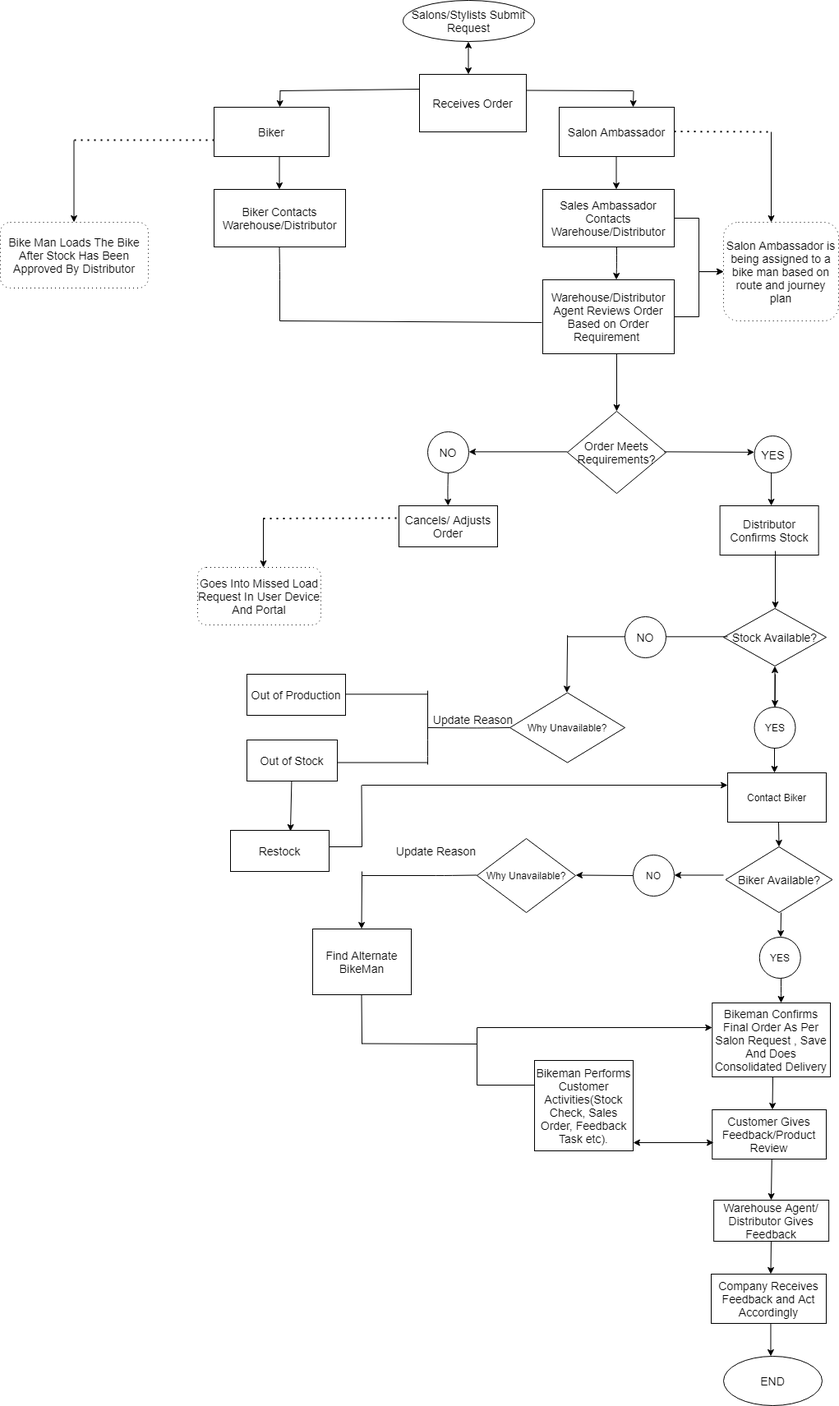
Above: Untitled Diagram2.png in Meiyoure/ddl_internship_quiz (draw.io), before the change. Source tidied: cells renumbered, new cells last; positions are measured from the earlier drawing's top-left corner, leaving out a move shared by most shapes.
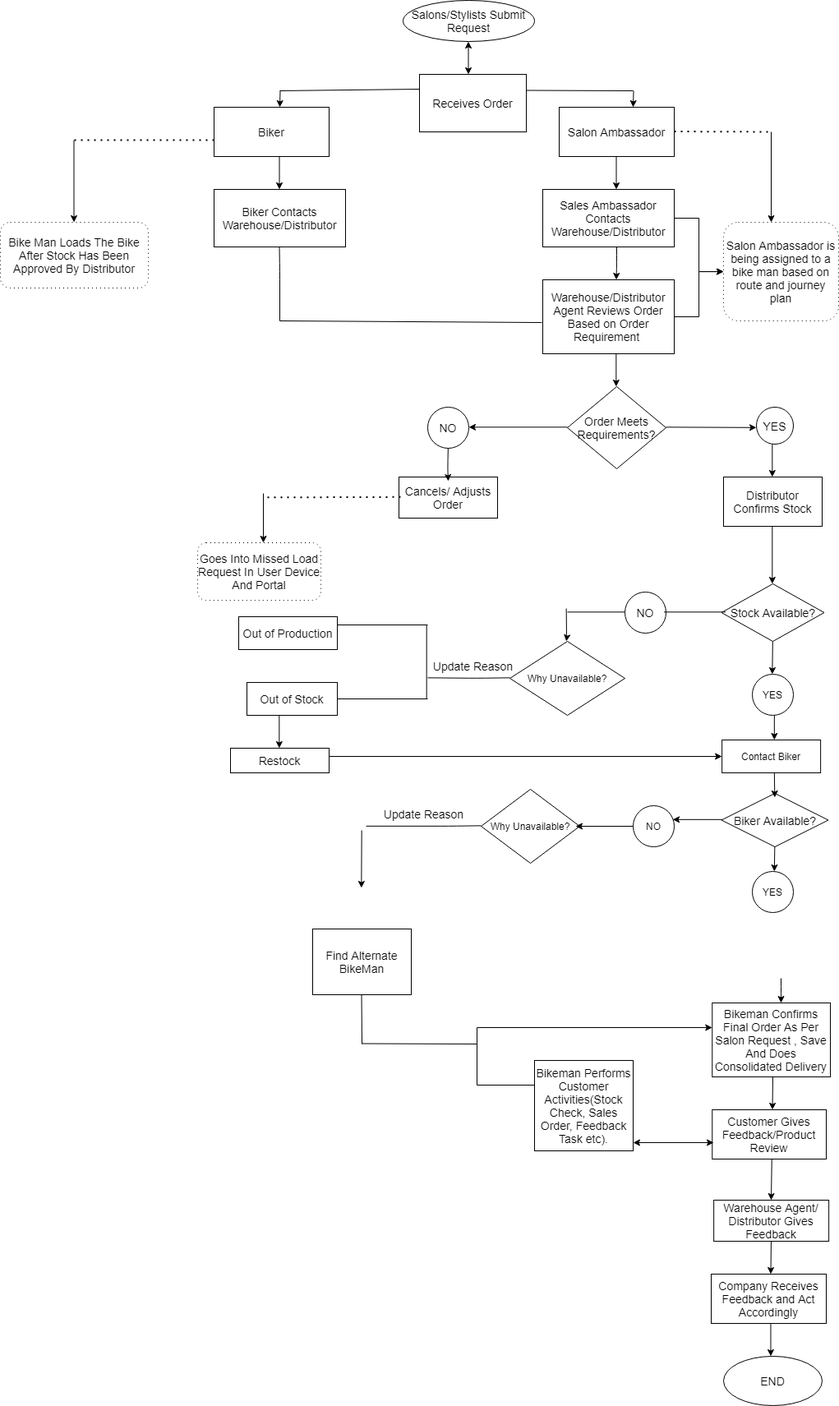
The same file after the commit.

Change to the diagram source:
```diff
@@ -18,16 +18,16 @@
       <mxGeometry x="680" y="130" width="140" height="60" as="geometry" />
     </mxCell>
     <mxCell id="7" value="&lt;font style=&quot;font-size: 14px&quot;&gt;Order Meets Requirements?&lt;/font&gt;" style="rhombus;whiteSpace=wrap;html=1;" parent="1" vertex="1">
-      <mxGeometry x="690" y="500" width="120" height="100" as="geometry" />
+      <mxGeometry x="690" y="470" width="120" height="100" as="geometry" />
     </mxCell>
     <mxCell id="8" value="&lt;font style=&quot;font-size: 14px&quot;&gt;YES&lt;/font&gt;" style="ellipse;whiteSpace=wrap;html=1;" parent="1" vertex="1">
-      <mxGeometry x="917.5" y="530" width="45" height="45" as="geometry" />
+      <mxGeometry x="920" y="495" width="45" height="45" as="geometry" />
     </mxCell>
     <mxCell id="9" value="&lt;font style=&quot;font-size: 14px&quot;&gt;Out of Stock&lt;/font&gt;" style="rounded=0;whiteSpace=wrap;html=1;" parent="1" vertex="1">
-      <mxGeometry x="300" y="900" width="110" height="50" as="geometry" />
+      <mxGeometry x="300" y="830" width="110" height="40" as="geometry" />
     </mxCell>
     <mxCell id="10" value="&lt;font style=&quot;font-size: 14px&quot;&gt;Cancels/ Adjusts Order&lt;/font&gt;" style="rounded=0;whiteSpace=wrap;html=1;" parent="1" vertex="1">
-      <mxGeometry x="485" y="615" width="120" height="50" as="geometry" />
+      <mxGeometry x="485" y="580" width="120" height="50" as="geometry" />
     </mxCell>
     <mxCell id="11" style="endArrow=classic;startArrow=classic;html=1;" parent="1" edge="1">
       <mxGeometry relative="1" as="geometry">
@@ -36,17 +36,17 @@
       </mxGeometry>
     </mxCell>
     <mxCell id="12" value="&lt;font style=&quot;font-size: 14px&quot;&gt;NO&lt;/font&gt;" style="ellipse;whiteSpace=wrap;html=1;" parent="1" vertex="1">
-      <mxGeometry x="760" y="750" width="50" height="50" as="geometry" />
+      <mxGeometry x="760" y="720" width="50" height="50" as="geometry" />
     </mxCell>
     <mxCell id="13" value="YES" style="ellipse;whiteSpace=wrap;html=1;" parent="1" vertex="1">
-      <mxGeometry x="923.8" y="1140" width="50" height="50" as="geometry" />
+      <mxGeometry x="915" y="1060" width="50" height="50" as="geometry" />
     </mxCell>
     <mxCell id="14" style="endArrow=classic;html=1;" parent="1" edge="1">
       <mxGeometry relative="1" as="geometry">
-        <mxPoint x="690.2" y="772.5" as="sourcePoint" />
-        <mxPoint x="689.3" y="842.5" as="targetPoint" />
+        <mxPoint x="688.7" y="740" as="sourcePoint" />
+        <mxPoint x="688.7" y="780" as="targetPoint" />
         <Array as="points">
-          <mxPoint x="689.7" y="812.5" />
+          <mxPoint x="689" y="777.5" />
         </Array>
       </mxGeometry>
     </mxCell>
@@ -54,7 +54,7 @@
       <mxGeometry x="868.1" y="1460" width="140" height="50" as="geometry" />
     </mxCell>
     <mxCell id="16" value="&lt;font style=&quot;font-size: 12px&quot;&gt;Why Unavailable?&lt;/font&gt;" style="rhombus;whiteSpace=wrap;html=1;" parent="1" vertex="1">
-      <mxGeometry x="580" y="1020" width="120" height="90" as="geometry" />
+      <mxGeometry x="585" y="960" width="120" height="90" as="geometry" />
     </mxCell>
     <mxCell id="17" value="&lt;font style=&quot;font-size: 14px&quot;&gt;Find Alternate BikeMan&lt;/font&gt;" style="rounded=0;whiteSpace=wrap;html=1;" parent="1" vertex="1">
       <mxGeometry x="380" y="1130" width="120" height="80" as="geometry" />
@@ -88,35 +88,35 @@
     </mxCell>
     <mxCell id="24" style="endArrow=classic;html=1;exitX=1;exitY=0.5;exitDx=0;exitDy=0;" parent="1" edge="1">
       <mxGeometry relative="1" as="geometry">
-        <mxPoint x="807.5" y="549.3" as="sourcePoint" />
-        <mxPoint x="917.5" y="549.8" as="targetPoint" />
+        <mxPoint x="810" y="519.3" as="sourcePoint" />
+        <mxPoint x="920" y="519.8" as="targetPoint" />
       </mxGeometry>
     </mxCell>
     <mxCell id="25" style="endArrow=classic;html=1;" parent="1" edge="1">
       <mxGeometry relative="1" as="geometry">
-        <mxPoint x="690" y="549.3" as="sourcePoint" />
-        <mxPoint x="570" y="549.3" as="targetPoint" />
+        <mxPoint x="690" y="519.3" as="sourcePoint" />
+        <mxPoint x="570" y="519.3" as="targetPoint" />
       </mxGeometry>
     </mxCell>
     <mxCell id="26" value="&lt;font style=&quot;font-size: 14px&quot;&gt;NO&lt;/font&gt;" style="ellipse;whiteSpace=wrap;html=1;" parent="1" vertex="1">
-      <mxGeometry x="520" y="525" width="50" height="50" as="geometry" />
+      <mxGeometry x="520" y="495" width="50" height="50" as="geometry" />
     </mxCell>
     <mxCell id="27" value="&lt;font style=&quot;font-size: 14px&quot;&gt;Distributor Confirms Stock&lt;/font&gt;" style="rounded=0;whiteSpace=wrap;html=1;" parent="1" vertex="1">
-      <mxGeometry x="875.6" y="615" width="120" height="60" as="geometry" />
+      <mxGeometry x="880" y="580" width="120" height="60" as="geometry" />
     </mxCell>
     <mxCell id="28" style="endArrow=classic;html=1;" parent="1" edge="1">
       <mxGeometry relative="1" as="geometry">
-        <mxPoint x="544.8" y="575" as="sourcePoint" />
-        <mxPoint x="544.8" y="615" as="targetPoint" />
+        <mxPoint x="544.8" y="545" as="sourcePoint" />
+        <mxPoint x="545" y="585" as="targetPoint" />
         <Array as="points">
-          <mxPoint x="544.3" y="600" />
+          <mxPoint x="544.3" y="570" />
         </Array>
       </mxGeometry>
     </mxCell>
     <mxCell id="29" style="endArrow=classic;html=1;" parent="1" edge="1">
       <mxGeometry relative="1" as="geometry">
-        <mxPoint x="943" y="670" as="sourcePoint" />
-        <mxPoint x="943" y="740" as="targetPoint" />
+        <mxPoint x="939.3" y="640" as="sourcePoint" />
+        <mxPoint x="939.3" y="710" as="targetPoint" />
       </mxGeometry>
     </mxCell>
     <mxCell id="30" value="&lt;font style=&quot;font-size: 14px&quot;&gt;Biker Contacts Warehouse/Distributor&lt;/font&gt;" style="rounded=0;whiteSpace=wrap;html=1;" parent="1" vertex="1">
@@ -150,57 +150,41 @@
       </mxGeometry>
     </mxCell>
     <mxCell id="35" value="Contact Biker" style="rounded=0;whiteSpace=wrap;html=1;" parent="1" vertex="1">
-      <mxGeometry x="885" y="940" width="120" height="60" as="geometry" />
+      <mxGeometry x="878.1" y="900" width="120" height="40" as="geometry" />
     </mxCell>
     <mxCell id="36" value="&lt;font style=&quot;font-size: 14px&quot;&gt;Biker Available?&lt;/font&gt;" style="rhombus;whiteSpace=wrap;html=1;" parent="1" vertex="1">
-      <mxGeometry x="882.5" y="1030" width="130" height="80" as="geometry" />
+      <mxGeometry x="877.5" y="965" width="130" height="65" as="geometry" />
     </mxCell>
-    <mxCell id="37" style="endArrow=classic;html=1;entryX=0;entryY=0.5;entryDx=0;entryDy=0;" parent="1" edge="1" target="41">
-      <mxGeometry relative="1" as="geometry">
-        <mxPoint x="943" y="820" as="sourcePoint" />
-        <Array as="points">
-          <mxPoint x="943" y="820" />
-        </Array>
-      </mxGeometry>
-    </mxCell>
     <mxCell id="38" value="NO" style="ellipse;whiteSpace=wrap;html=1;" parent="1" vertex="1">
-      <mxGeometry x="770" y="1040" width="50" height="50" as="geometry" />
+      <mxGeometry x="770" y="980" width="50" height="50" as="geometry" />
     </mxCell>
     <mxCell id="39" style="endArrow=classic;html=1;" parent="1" edge="1">
       <mxGeometry relative="1" as="geometry">
-        <mxPoint x="880" y="1064.5" as="sourcePoint" />
-        <mxPoint x="820" y="1064.5" as="targetPoint" />
+        <mxPoint x="878.1" y="996.8" as="sourcePoint" />
+        <mxPoint x="818.1" y="996.8" as="targetPoint" />
       </mxGeometry>
     </mxCell>
-    <mxCell id="40" style="edgeStyle=orthogonalEdgeStyle;rounded=0;jettySize=auto;html=1;" parent="1" edge="1" source="41" target="68">
-      <mxGeometry relative="1" as="geometry">
-        <Array as="points">
-          <mxPoint x="943" y="810" />
-          <mxPoint x="943" y="810" />
-        </Array>
-      </mxGeometry>
-    </mxCell>
     <mxCell id="41" value="YES" style="ellipse;whiteSpace=wrap;html=1;direction=south;" parent="1" vertex="1">
-      <mxGeometry x="917.5" y="860" width="50" height="50" as="geometry" />
+      <mxGeometry x="915" y="820" width="50" height="50" as="geometry" />
     </mxCell>
     <mxCell id="42" style="endArrow=classic;html=1;" parent="1" edge="1">
       <mxGeometry relative="1" as="geometry">
-        <mxPoint x="942" y="910" as="sourcePoint" />
-        <mxPoint x="942" y="940" as="targetPoint" />
+        <mxPoint x="941.8" y="870" as="sourcePoint" />
+        <mxPoint x="941.8" y="900" as="targetPoint" />
       </mxGeometry>
     </mxCell>
     <mxCell id="43" style="endArrow=classic;html=1;" parent="1" edge="1">
       <mxGeometry relative="1" as="geometry">
-        <mxPoint x="947" y="1000" as="sourcePoint" />
-        <mxPoint x="947.5" y="1030" as="targetPoint" />
+        <mxPoint x="941.8" y="940" as="sourcePoint" />
+        <mxPoint x="942.3" y="970" as="targetPoint" />
       </mxGeometry>
     </mxCell>
     <mxCell id="44" style="endArrow=none;html=1;" parent="1" edge="1">
       <mxGeometry relative="1" as="geometry">
-        <mxPoint x="520" y="885" as="sourcePoint" />
-        <mxPoint x="620" y="885" as="targetPoint" />
+        <mxPoint x="520" y="824.3" as="sourcePoint" />
+        <mxPoint x="620" y="824.3" as="targetPoint" />
         <Array as="points">
-          <mxPoint x="580" y="885.5" />
+          <mxPoint x="580" y="824.8" />
         </Array>
       </mxGeometry>
     </mxCell>
@@ -212,20 +196,20 @@
     </mxCell>
     <mxCell id="46" style="endArrow=none;html=1;" parent="1" edge="1">
       <mxGeometry relative="1" as="geometry">
-        <mxPoint x="410" y="844.3" as="sourcePoint" />
-        <mxPoint x="520" y="844.3" as="targetPoint" />
+        <mxPoint x="410" y="760" as="sourcePoint" />
+        <mxPoint x="520" y="760" as="targetPoint" />
       </mxGeometry>
     </mxCell>
     <mxCell id="47" value="&lt;font style=&quot;font-size: 14px&quot;&gt;Out of Production&lt;/font&gt;" style="rounded=0;whiteSpace=wrap;html=1;" parent="1" vertex="1">
-      <mxGeometry x="300" y="820" width="120" height="50" as="geometry" />
+      <mxGeometry x="290" y="750" width="120" height="40" as="geometry" />
     </mxCell>
     <mxCell id="48" value="&lt;font style=&quot;font-size: 14px&quot;&gt;Restock&lt;/font&gt;" style="rounded=0;whiteSpace=wrap;html=1;" parent="1" vertex="1">
-      <mxGeometry x="280" y="1010" width="120" height="50" as="geometry" />
+      <mxGeometry x="280" y="910" width="120" height="30" as="geometry" />
     </mxCell>
     <mxCell id="49" style="endArrow=none;html=1;" parent="1" edge="1">
       <mxGeometry relative="1" as="geometry">
-        <mxPoint x="410" y="927.5" as="sourcePoint" />
-        <mxPoint x="520" y="927.5" as="targetPoint" />
+        <mxPoint x="410" y="850" as="sourcePoint" />
+        <mxPoint x="520" y="850" as="targetPoint" />
       </mxGeometry>
     </mxCell>
     <mxCell id="50" value="&lt;font style=&quot;font-size: 14px&quot;&gt;Bike Man Loads The Bike After Stock Has Been Approved By Distributor&lt;/font&gt;" style="shape=ext;rounded=1;html=1;whiteSpace=wrap;dashed=1;dashPattern=1 4;" parent="1" vertex="1">
@@ -241,18 +225,18 @@
       </mxGeometry>
     </mxCell>
     <mxCell id="53" value="&lt;font style=&quot;font-size: 14px&quot;&gt;Goes Into Missed Load Request In User Device And Portal&lt;/font&gt;" style="shape=ext;rounded=1;html=1;whiteSpace=wrap;dashed=1;dashPattern=1 4;" parent="1" vertex="1">
-      <mxGeometry x="240" y="690" width="150" height="70" as="geometry" />
+      <mxGeometry x="240" y="660" width="150" height="70" as="geometry" />
     </mxCell>
     <mxCell id="54" style="endArrow=classic;html=1;" parent="1" edge="1">
       <mxGeometry relative="1" as="geometry">
-        <mxPoint x="320" y="630" as="sourcePoint" />
-        <mxPoint x="320" y="690" as="targetPoint" />
+        <mxPoint x="320" y="600" as="sourcePoint" />
+        <mxPoint x="320" y="660" as="targetPoint" />
       </mxGeometry>
     </mxCell>
     <mxCell id="55" style="endArrow=none;dashed=1;html=1;dashPattern=1 3;strokeWidth=2;" parent="1" edge="1">
       <mxGeometry relative="1" as="geometry">
-        <mxPoint x="320" y="630.5" as="sourcePoint" />
-        <mxPoint x="485" y="630" as="targetPoint" />
+        <mxPoint x="325" y="604.8" as="sourcePoint" />
+        <mxPoint x="490" y="604.3" as="targetPoint" />
       </mxGeometry>
     </mxCell>
     <mxCell id="56" style="endArrow=none;dashed=1;html=1;dashPattern=1 3;strokeWidth=2;" parent="1" edge="1">
@@ -298,7 +282,7 @@
       <mxGeometry x="880" y="1650" width="120" height="60" as="geometry" />
     </mxCell>
     <mxCell id="65" value="&lt;font style=&quot;font-size: 14px&quot;&gt;Update Reason&lt;/font&gt;" style="text;html=1;align=center;verticalAlign=middle;" parent="1" vertex="1">
-      <mxGeometry x="520" y="865" width="110" height="20" as="geometry" />
+      <mxGeometry x="520" y="800" width="110" height="20" as="geometry" />
     </mxCell>
     <mxCell id="66" style="endArrow=none;html=1;" parent="1" edge="1">
       <mxGeometry relative="1" as="geometry">
@@ -315,67 +299,58 @@
       </mxGeometry>
     </mxCell>
     <mxCell id="68" value="&lt;font style=&quot;font-size: 14px&quot;&gt;Stock Available?&lt;/font&gt;" style="rhombus;whiteSpace=wrap;html=1;" parent="1" vertex="1">
-      <mxGeometry x="880" y="740" width="125" height="70" as="geometry" />
+      <mxGeometry x="877.5" y="710" width="125" height="70" as="geometry" />
     </mxCell>
     <mxCell id="69" style="endArrow=classic;html=1;" parent="1" edge="1">
       <mxGeometry relative="1" as="geometry">
-        <mxPoint x="938.1" y="575" as="sourcePoint" />
-        <mxPoint x="938.1" y="615" as="targetPoint" />
+        <mxPoint x="939.3" y="540" as="sourcePoint" />
+        <mxPoint x="939.3" y="580" as="targetPoint" />
       </mxGeometry>
     </mxCell>
     <mxCell id="70" style="endArrow=none;html=1;entryX=0;entryY=0.5;entryDx=0;entryDy=0;" parent="1" edge="1">
       <mxGeometry relative="1" as="geometry">
-        <mxPoint x="690" y="774.3" as="sourcePoint" />
-        <mxPoint x="760" y="774.3" as="targetPoint" />
+        <mxPoint x="690" y="744.3" as="sourcePoint" />
+        <mxPoint x="760" y="744.3" as="targetPoint" />
       </mxGeometry>
     </mxCell>
     <mxCell id="71" style="endArrow=none;html=1;entryX=0;entryY=0.5;entryDx=0;entryDy=0;" parent="1" edge="1">
       <mxGeometry relative="1" as="geometry">
-        <mxPoint x="810" y="774.3" as="sourcePoint" />
-        <mxPoint x="885" y="774.3" as="targetPoint" />
+        <mxPoint x="807.5" y="744.3" as="sourcePoint" />
+        <mxPoint x="882.5" y="744.3" as="targetPoint" />
       </mxGeometry>
     </mxCell>
     <mxCell id="72" style="endArrow=classic;html=1;exitX=0;exitY=0.5;exitDx=0;exitDy=0;" parent="1" edge="1" source="38">
       <mxGeometry relative="1" as="geometry">
-        <mxPoint x="700" y="1064.5" as="targetPoint" />
+        <mxPoint x="700" y="1005" as="targetPoint" />
       </mxGeometry>
     </mxCell>
     <mxCell id="73" value="&lt;font style=&quot;font-size: 12px&quot;&gt;Why Unavailable?&lt;/font&gt;" style="rhombus;whiteSpace=wrap;html=1;" parent="1" vertex="1">
-      <mxGeometry x="620" y="842.5" width="140" height="85" as="geometry" />
+      <mxGeometry x="620" y="780" width="140" height="90" as="geometry" />
     </mxCell>
     <mxCell id="74" style="endArrow=none;html=1;" parent="1" edge="1">
       <mxGeometry relative="1" as="geometry">
-        <mxPoint x="520" y="930" as="sourcePoint" />
-        <mxPoint x="520" y="840" as="targetPoint" />
+        <mxPoint x="518.7" y="850" as="sourcePoint" />
+        <mxPoint x="518.7" y="760" as="targetPoint" />
         <Array as="points">
-          <mxPoint x="520" y="910" />
+          <mxPoint x="518.7" y="830" />
         </Array>
       </mxGeometry>
     </mxCell>
-    <mxCell id="75" style="endArrow=classic;html=1;entryX=0.608;entryY=0.02;entryDx=0;entryDy=0;entryPerimeter=0;" parent="1" edge="1" source="9" target="48">
-      <mxGeometry relative="1" as="geometry" />
+    <mxCell id="75" style="endArrow=classic;html=1;" parent="1" edge="1">
+      <mxGeometry relative="1" as="geometry">
+        <mxPoint x="339.3" y="870" as="sourcePoint" />
+        <mxPoint x="339.3" y="910" as="targetPoint" />
+      </mxGeometry>
     </mxCell>
-    <mxCell id="76" style="endArrow=classic;html=1;entryX=0;entryY=0.25;entryDx=0;entryDy=0;" parent="1" edge="1" target="35">
+    <mxCell id="76" style="endArrow=classic;html=1;entryX=0;entryY=0.5;entryDx=0;entryDy=0;" parent="1" edge="1" target="35">
       <mxGeometry relative="1" as="geometry">
-        <mxPoint x="440" y="955" as="sourcePoint" />
+        <mxPoint x="400" y="920" as="sourcePoint" />
       </mxGeometry>
     </mxCell>
-    <mxCell id="77" style="endArrow=none;html=1;" parent="1" edge="1">
-      <mxGeometry relative="1" as="geometry">
-        <mxPoint x="440" y="1030" as="sourcePoint" />
-        <mxPoint x="439.5" y="955" as="targetPoint" />
-      </mxGeometry>
-    </mxCell>
-    <mxCell id="78" style="endArrow=none;html=1;" parent="1" edge="1">
-      <mxGeometry relative="1" as="geometry">
-        <mxPoint x="400" y="1030" as="sourcePoint" />
-        <mxPoint x="440" y="1030" as="targetPoint" />
-      </mxGeometry>
-    </mxCell>
     <mxCell id="79" style="endArrow=classic;html=1;" parent="1" edge="1">
       <mxGeometry relative="1" as="geometry">
-        <mxPoint x="950" y="1110" as="sourcePoint" />
-        <mxPoint x="949.5" y="1140" as="targetPoint" />
+        <mxPoint x="942.3" y="1030" as="sourcePoint" />
+        <mxPoint x="941.8" y="1060" as="targetPoint" />
       </mxGeometry>
     </mxCell>
     <mxCell id="80" style="endArrow=classic;html=1;" parent="1" edge="1">
@@ -397,21 +372,21 @@
       <mxGeometry relative="1" as="geometry" />
     </mxCell>
     <mxCell id="83" value="&lt;font style=&quot;font-size: 14px&quot;&gt;Update Reason&lt;/font&gt;" style="text;html=1;align=center;verticalAlign=middle;" parent="1" vertex="1">
-      <mxGeometry x="475" y="1025" width="110" height="20" as="geometry" />
+      <mxGeometry x="460" y="980" width="110" height="20" as="geometry" />
     </mxCell>
     <mxCell id="84" style="endArrow=none;html=1;" parent="1" edge="1">
       <mxGeometry relative="1" as="geometry">
-        <mxPoint x="440" y="1065" as="sourcePoint" />
-        <mxPoint x="580" y="1064.5" as="targetPoint" />
+        <mxPoint x="445" y="1004.8" as="sourcePoint" />
+        <mxPoint x="585" y="1004.3" as="targetPoint" />
         <Array as="points">
-          <mxPoint x="540" y="1065" />
+          <mxPoint x="545" y="1004.8" />
         </Array>
       </mxGeometry>
     </mxCell>
     <mxCell id="85" style="endArrow=classic;html=1;" parent="1" edge="1">
       <mxGeometry relative="1" as="geometry">
-        <mxPoint x="440" y="1060" as="sourcePoint" />
-        <mxPoint x="439.5" y="1130" as="targetPoint" />
+        <mxPoint x="439.7" y="1010" as="sourcePoint" />
+        <mxPoint x="439.3" y="1080" as="targetPoint" />
       </mxGeometry>
     </mxCell>
     <mxCell id="86" value="&lt;font style=&quot;font-size: 14px&quot;&gt;Customer Gives Feedback/Product Review&lt;/font&gt;" style="rounded=0;whiteSpace=wrap;html=1;" parent="1" vertex="1">
@@ -461,9 +436,18 @@
     </mxCell>
     <mxCell id="94" style="endArrow=classic;html=1;" parent="1" edge="1">
       <mxGeometry relative="1" as="geometry">
-        <mxPoint x="750" y="430" as="sourcePoint" />
-        <mxPoint x="750" y="500" as="targetPoint" />
+        <mxPoint x="749.3" y="430" as="sourcePoint" />
+        <mxPoint x="749.3" y="470" as="targetPoint" />
       </mxGeometry>
     </mxCell>
+    <mxCell id="95" style="endArrow=classic;html=1;entryX=0;entryY=0.5;entryDx=0;entryDy=0;" parent="1" edge="1">
+      <mxGeometry relative="1" as="geometry">
+        <mxPoint x="939.8" y="780" as="sourcePoint" />
+        <mxPoint x="939.3" y="820" as="targetPoint" />
+        <Array as="points">
+          <mxPoint x="939.8" y="780" />
+        </Array>
+      </mxGeometry>
+    </mxCell>
   </root>
 </mxGraphModel>
```
